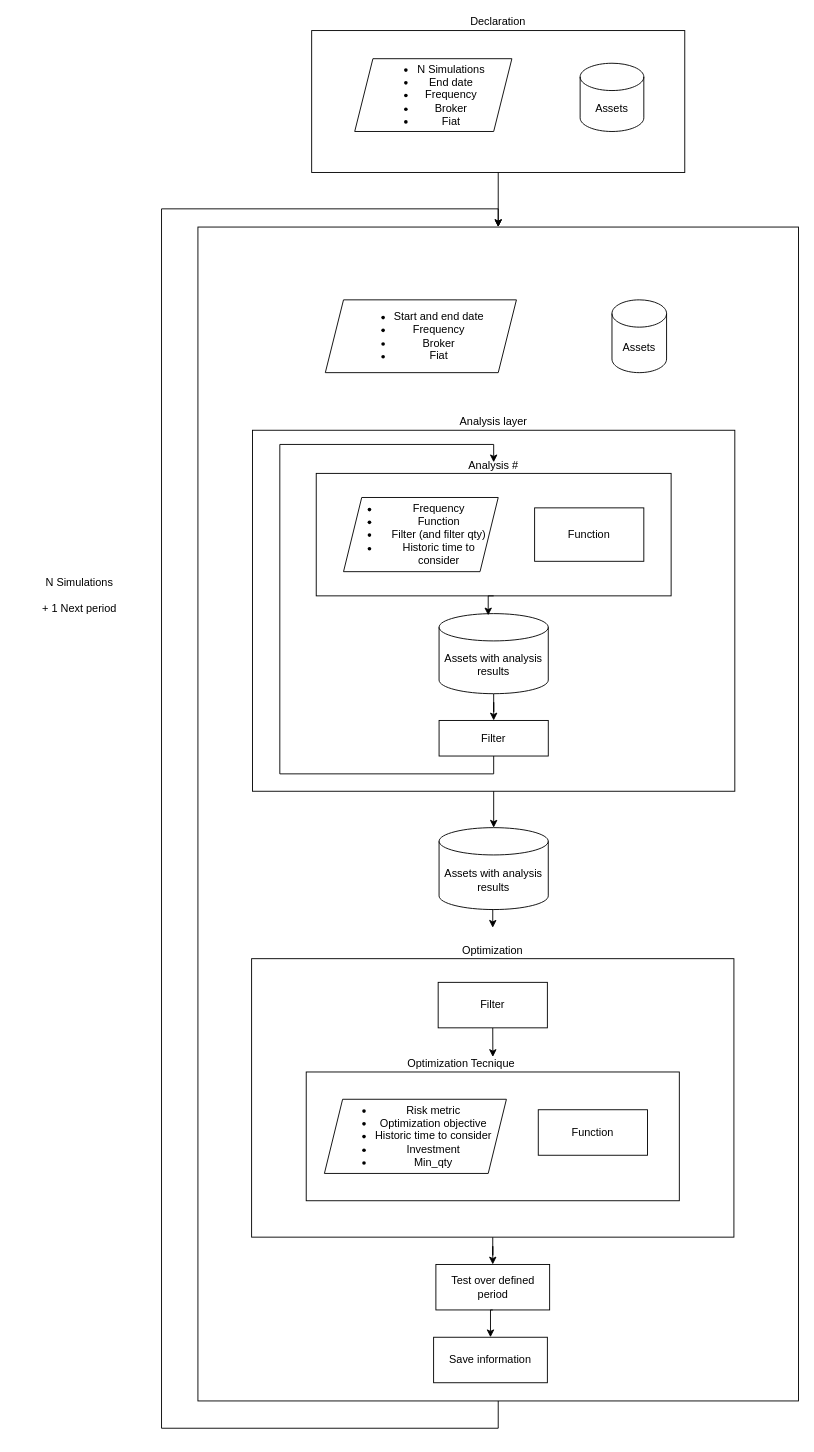
The draw.io diagram page "Processes" (2 of 4) of DesignProject.drawio in RamonHA/trading, before the edit. Source tidied: cells renumbered, new cells numbered last; positions are measured from the earlier drawing's top-left corner, leaving out a move shared by most shapes. Both pictures are drawn from the tidied source at 91%, with x=0, y=0 at pixel (15, 17).
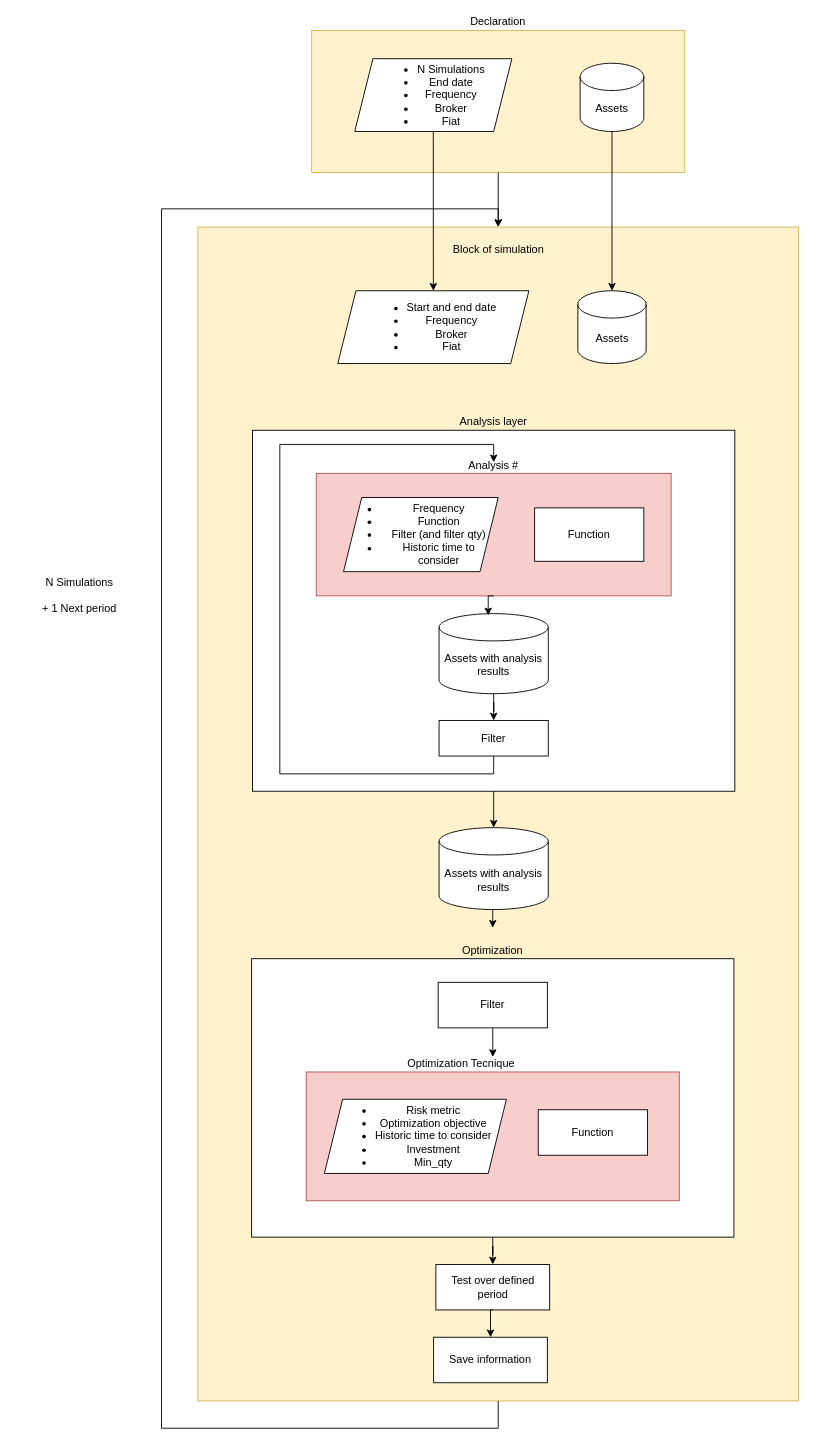
After the change.

The change refers to these unchanged cells:
```xml
<mxCell id="8" style="group;" parent="5" vertex="1">
  <mxGeometry x="70" y="68.5" width="390" height="146.7" as="geometry" />
</mxCell>
<mxCell id="20" style="group;" parent="1" vertex="1">
  <mxGeometry x="325" width="410" height="170" as="geometry" />
</mxCell>
<mxCell id="23" value="&lt;ul&gt;&lt;li&gt;&lt;span style=&quot;background-color: initial;&quot;&gt;N Simulations&lt;/span&gt;&lt;/li&gt;&lt;li&gt;&lt;span style=&quot;background-color: initial;&quot;&gt;End date&lt;/span&gt;&lt;/li&gt;&lt;li&gt;&lt;span style=&quot;background-color: initial;&quot;&gt;Frequency&lt;/span&gt;&lt;br&gt;&lt;/li&gt;&lt;li&gt;Broker&lt;/li&gt;&lt;li&gt;Fiat&lt;/li&gt;&lt;/ul&gt;" style="shape=parallelogram;perimeter=parallelogramPerimeter;whiteSpace=wrap;html=1;fixedSize=1;" parent="20" vertex="1">
  <mxGeometry x="47.3" y="45" width="172.7" height="80" as="geometry" />
</mxCell>
<mxCell id="24" value="Assets" style="shape=cylinder3;whiteSpace=wrap;html=1;boundedLbl=1;backgroundOutline=1;size=15;" parent="20" vertex="1">
  <mxGeometry x="295" y="50" width="70" height="75" as="geometry" />
</mxCell>
<mxCell id="37" style="group;" parent="31" vertex="1">
  <mxGeometry x="60" y="140" width="410" height="280" as="geometry" />
</mxCell>
```

What changed in the source:
```diff
@@
-    <mxCell id="2" style="rounded=0;whiteSpace=wrap;html=1;" parent="1" vertex="1">
+    <mxCell id="2" style="rounded=0;whiteSpace=wrap;html=1;fillColor=#fff2cc;strokeColor=#d6b656;" parent="1" vertex="1">
       <mxGeometry x="200" y="230" width="660" height="1290" as="geometry" />
     </mxCell>
@@
-    <mxCell id="9" style="rounded=0;whiteSpace=wrap;html=1;" parent="8" vertex="1">
+    <mxCell id="9" style="rounded=0;whiteSpace=wrap;html=1;fillColor=#f8cecc;strokeColor=#b85450;" parent="8" vertex="1">
       <mxGeometry y="12.2" width="390" height="134.6" as="geometry" />
     </mxCell>
@@
     <mxCell id="18" value="Assets" style="shape=cylinder3;whiteSpace=wrap;html=1;boundedLbl=1;backgroundOutline=1;size=15;" parent="1" vertex="1">
-      <mxGeometry x="655" y="310" width="60" height="80" as="geometry" />
+      <mxGeometry x="617.5" y="300" width="75" height="80" as="geometry" />
     </mxCell>
     <mxCell id="19" value="&lt;ul&gt;&lt;li&gt;Start and end date&lt;/li&gt;&lt;li&gt;Frequency&lt;/li&gt;&lt;li&gt;Broker&lt;/li&gt;&lt;li&gt;Fiat&lt;/li&gt;&lt;/ul&gt;" style="shape=parallelogram;perimeter=parallelogramPerimeter;whiteSpace=wrap;html=1;fixedSize=1;" parent="1" vertex="1">
-      <mxGeometry x="340" y="310" width="210" height="80" as="geometry" />
+      <mxGeometry x="353.7" y="300" width="210" height="80" as="geometry" />
     </mxCell>
@@
-    <mxCell id="21" style="rounded=0;whiteSpace=wrap;html=1;" parent="20" vertex="1">
+    <mxCell id="21" style="rounded=0;whiteSpace=wrap;html=1;fillColor=#fff2cc;strokeColor=#d6b656;" parent="20" vertex="1">
       <mxGeometry y="14.1" width="410" height="155.9" as="geometry" />
     </mxCell>
@@
-    <mxCell id="38" style="rounded=0;whiteSpace=wrap;html=1;" parent="37" vertex="1">
+    <mxCell id="38" style="rounded=0;whiteSpace=wrap;html=1;fillColor=#f8cecc;strokeColor=#b85450;" parent="37" vertex="1">
       <mxGeometry y="18.5" width="410" height="141.5" as="geometry" />
     </mxCell>
@@
+    <mxCell id="45" value="Block of simulation" style="text;html=1;strokeColor=none;fillColor=none;align=center;verticalAlign=middle;whiteSpace=wrap;rounded=0;" parent="1" vertex="1">
+      <mxGeometry x="432.5" y="240" width="195" height="30" as="geometry" />
+    </mxCell>
+    <mxCell id="46" style="edgeStyle=orthogonalEdgeStyle;rounded=0;jettySize=auto;html=1;exitX=0.5;exitY=1;exitDx=0;exitDy=0;exitPerimeter=0;entryX=0.5;entryY=0;entryDx=0;entryDy=0;entryPerimeter=0;" parent="1" edge="1" source="24" target="18">
+      <mxGeometry relative="1" as="geometry" />
+    </mxCell>
+    <mxCell id="47" style="edgeStyle=orthogonalEdgeStyle;rounded=0;jettySize=auto;html=1;exitX=0.5;exitY=1;exitDx=0;exitDy=0;entryX=0.5;entryY=0;entryDx=0;entryDy=0;" parent="1" edge="1" source="23" target="19">
+      <mxGeometry relative="1" as="geometry" />
+    </mxCell>
```
